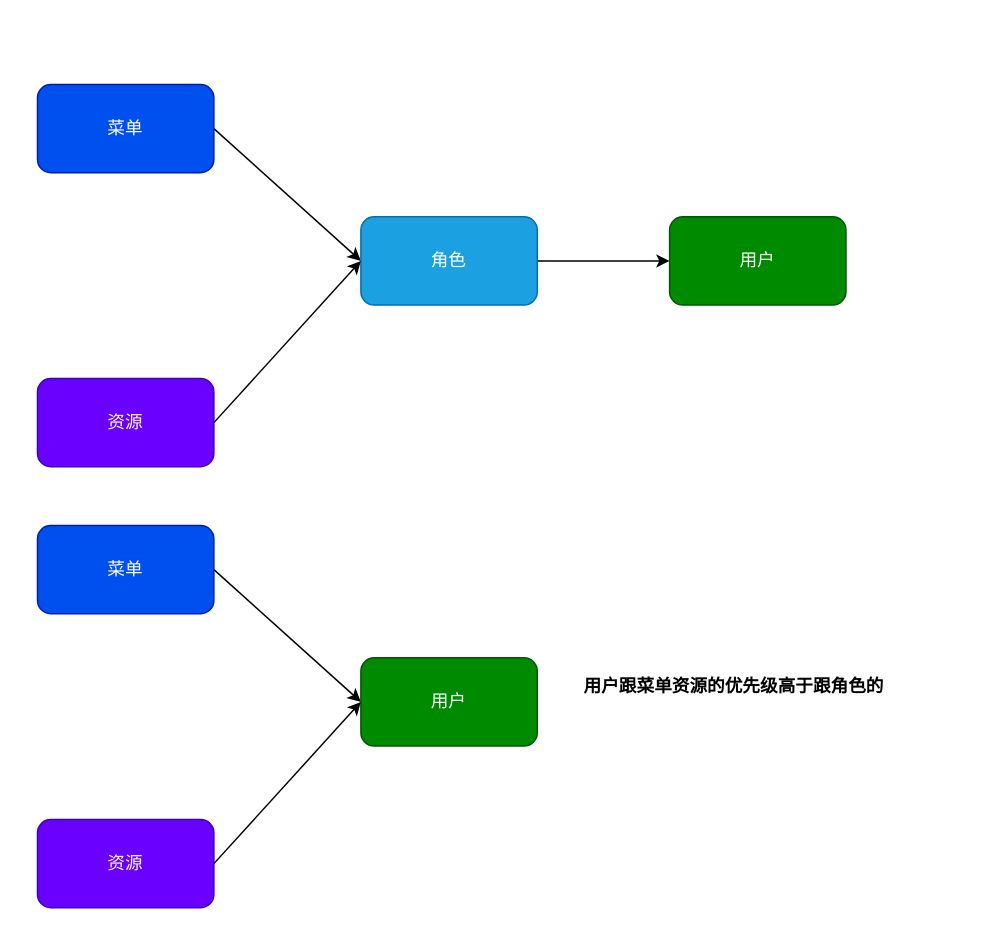
Before: 权限设计.drawio in stephenZkang/diagrams, a draw.io diagram. Source tidied: cells renumbered, new cells numbered last; positions are measured from the earlier drawing's top-left corner, leaving out a move shared by most shapes. Both pictures are drawn from the tidied source at 147%, with x=0, y=0 at pixel (37, 84).
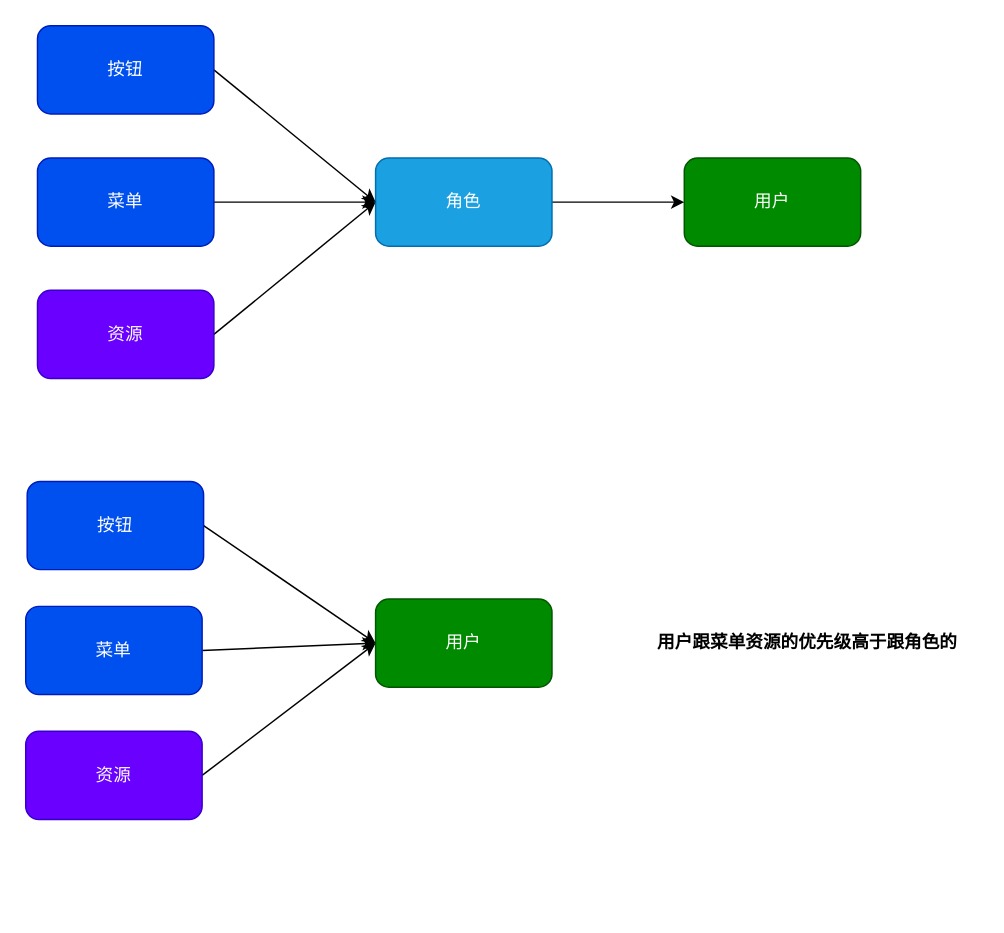
After the change.

Commit message (it also covers changes not shown here):
更新权限设计.drawio

The edit, as a diff of the source:
```diff
@@
 <mxGraphModel>
   <root>
     <mxCell id="0" />
     <mxCell id="1" parent="0" />
-    <mxCell id="2" style="edgeStyle=none;rounded=0;jettySize=auto;html=1;exitX=1;exitY=0.5;exitDx=0;exitDy=0;entryX=0;entryY=0.5;entryDx=0;entryDy=0;" parent="1" edge="1" source="3" target="6">
+    <mxCell id="2" style="rounded=0;jettySize=auto;html=1;exitX=1;exitY=0.5;exitDx=0;exitDy=0;entryX=0;entryY=0.5;entryDx=0;entryDy=0;" parent="1" edge="1" source="3" target="6">
       <mxGeometry relative="1" as="geometry" />
     </mxCell>
     <mxCell id="3" value="菜单" style="rounded=1;whiteSpace=wrap;html=1;fillColor=#0050ef;fontColor=#ffffff;strokeColor=#001DBC;" parent="1" vertex="1">
-      <mxGeometry width="120" height="60" as="geometry" />
+      <mxGeometry y="50" width="120" height="60" as="geometry" />
     </mxCell>
     <mxCell id="4" value="用户" style="rounded=1;whiteSpace=wrap;html=1;fillColor=#008a00;fontColor=#ffffff;strokeColor=#005700;" parent="1" vertex="1">
-      <mxGeometry x="430" y="90" width="120" height="60" as="geometry" />
+      <mxGeometry x="440" y="50" width="120" height="60" as="geometry" />
     </mxCell>
     <mxCell id="5" style="edgeStyle=none;rounded=0;jettySize=auto;html=1;exitX=1;exitY=0.5;exitDx=0;exitDy=0;entryX=0;entryY=0.5;entryDx=0;entryDy=0;" parent="1" edge="1" source="6" target="4">
       <mxGeometry relative="1" as="geometry" />
     </mxCell>
     <mxCell id="6" value="角色" style="rounded=1;whiteSpace=wrap;html=1;fillColor=#1ba1e2;fontColor=#ffffff;strokeColor=#006EAF;" parent="1" vertex="1">
-      <mxGeometry x="220" y="90" width="120" height="60" as="geometry" />
+      <mxGeometry x="230" y="50" width="120" height="60" as="geometry" />
     </mxCell>
-    <mxCell id="7" style="edgeStyle=none;rounded=0;jettySize=auto;html=1;exitX=1;exitY=0.5;exitDx=0;exitDy=0;" parent="1" edge="1" source="8">
-      <mxGeometry relative="1" as="geometry">
-        <mxPoint x="220" y="120" as="targetPoint" />
-      </mxGeometry>
+    <mxCell id="7" style="edgeStyle=none;rounded=0;jettySize=auto;html=1;exitX=1;exitY=0.5;exitDx=0;exitDy=0;entryX=0;entryY=0.5;entryDx=0;entryDy=0;" parent="1" edge="1" source="8" target="6">
+      <mxGeometry relative="1" as="geometry" />
     </mxCell>
     <mxCell id="8" value="资源" style="rounded=1;whiteSpace=wrap;html=1;fillColor=#6a00ff;fontColor=#ffffff;strokeColor=#3700CC;" parent="1" vertex="1">
-      <mxGeometry y="200" width="120" height="60" as="geometry" />
+      <mxGeometry y="140" width="120" height="60" as="geometry" />
     </mxCell>
     <mxCell id="9" style="edgeStyle=none;rounded=0;jettySize=auto;html=1;exitX=1;exitY=0.5;exitDx=0;exitDy=0;entryX=0;entryY=0.5;entryDx=0;entryDy=0;" parent="1" edge="1" source="10" target="11">
       <mxGeometry relative="1" as="geometry" />
     </mxCell>
     <mxCell id="10" value="菜单" style="rounded=1;whiteSpace=wrap;html=1;fillColor=#0050ef;fontColor=#ffffff;strokeColor=#001DBC;" parent="1" vertex="1">
-      <mxGeometry y="300" width="120" height="60" as="geometry" />
+      <mxGeometry x="-8" y="355" width="120" height="60" as="geometry" />
     </mxCell>
     <mxCell id="11" value="用户" style="rounded=1;whiteSpace=wrap;html=1;fillColor=#008a00;fontColor=#ffffff;strokeColor=#005700;" parent="1" vertex="1">
-      <mxGeometry x="220" y="390" width="120" height="60" as="geometry" />
+      <mxGeometry x="230" y="350" width="120" height="60" as="geometry" />
     </mxCell>
-    <mxCell id="12" style="edgeStyle=none;rounded=0;jettySize=auto;html=1;exitX=1;exitY=0.5;exitDx=0;exitDy=0;" parent="1" edge="1" source="13">
-      <mxGeometry relative="1" as="geometry">
-        <mxPoint x="220" y="420" as="targetPoint" />
-      </mxGeometry>
+    <mxCell id="12" style="edgeStyle=none;rounded=0;jettySize=auto;html=1;exitX=1;exitY=0.5;exitDx=0;exitDy=0;entryX=0;entryY=0.5;entryDx=0;entryDy=0;" parent="1" edge="1" source="13" target="11">
+      <mxGeometry relative="1" as="geometry" />
     </mxCell>
     <mxCell id="13" value="资源" style="rounded=1;whiteSpace=wrap;html=1;fillColor=#6a00ff;fontColor=#ffffff;strokeColor=#3700CC;" parent="1" vertex="1">
-      <mxGeometry y="500" width="120" height="60" as="geometry" />
+      <mxGeometry x="-8" y="440" width="120" height="60" as="geometry" />
     </mxCell>
     <mxCell id="14" value="&lt;b&gt;用户跟菜单资源的优先级高于跟角色的&lt;/b&gt;" style="text;html=1;align=left;verticalAlign=middle;strokeColor=none;fillColor=none;" parent="1" vertex="1">
-      <mxGeometry x="370" y="400" width="220" height="20" as="geometry" />
+      <mxGeometry x="420" y="370" width="220" height="20" as="geometry" />
     </mxCell>
+    <mxCell id="15" style="edgeStyle=none;rounded=0;jettySize=auto;html=1;exitX=1;exitY=0.5;exitDx=0;exitDy=0;entryX=0;entryY=0.5;entryDx=0;entryDy=0;" parent="1" edge="1" source="16" target="6">
+      <mxGeometry relative="1" as="geometry" />
+    </mxCell>
+    <mxCell id="16" value="按钮" style="rounded=1;whiteSpace=wrap;html=1;fillColor=#0050ef;fontColor=#ffffff;strokeColor=#001DBC;" parent="1" vertex="1">
+      <mxGeometry y="-40" width="120" height="60" as="geometry" />
+    </mxCell>
+    <mxCell id="17" style="edgeStyle=none;rounded=0;jettySize=auto;html=1;exitX=1;exitY=0.5;exitDx=0;exitDy=0;entryX=0;entryY=0.5;entryDx=0;entryDy=0;" parent="1" edge="1" source="18" target="11">
+      <mxGeometry relative="1" as="geometry" />
+    </mxCell>
+    <mxCell id="18" value="按钮" style="rounded=1;whiteSpace=wrap;html=1;fillColor=#0050ef;fontColor=#ffffff;strokeColor=#001DBC;" parent="1" vertex="1">
+      <mxGeometry x="-7" y="270" width="120" height="60" as="geometry" />
+    </mxCell>
   </root>
 </mxGraphModel>
```
